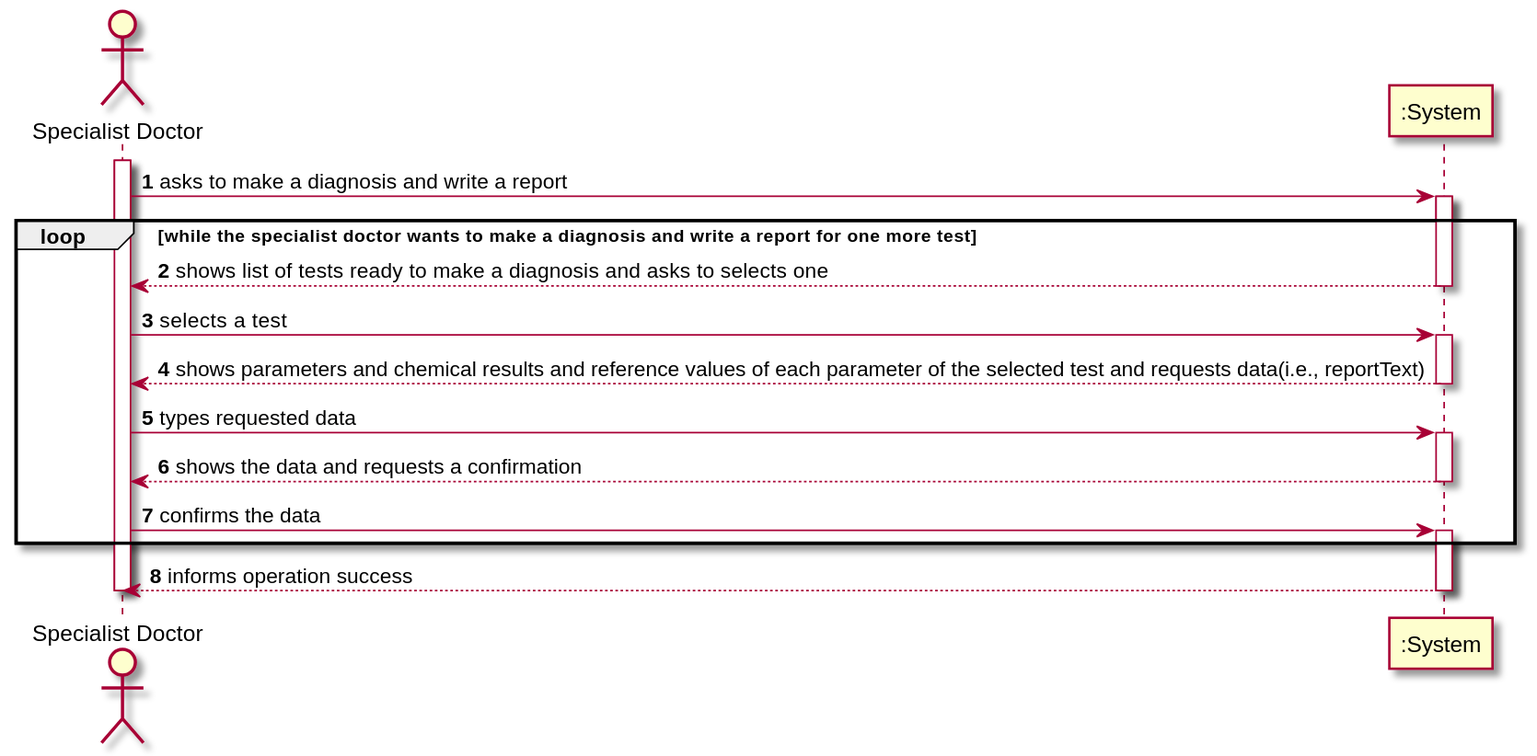
The PlantUML diagram docs/SprintC/US_14/US014_SSD.svg in ana-albergaria/LAPR2-ISEP, before a commit.
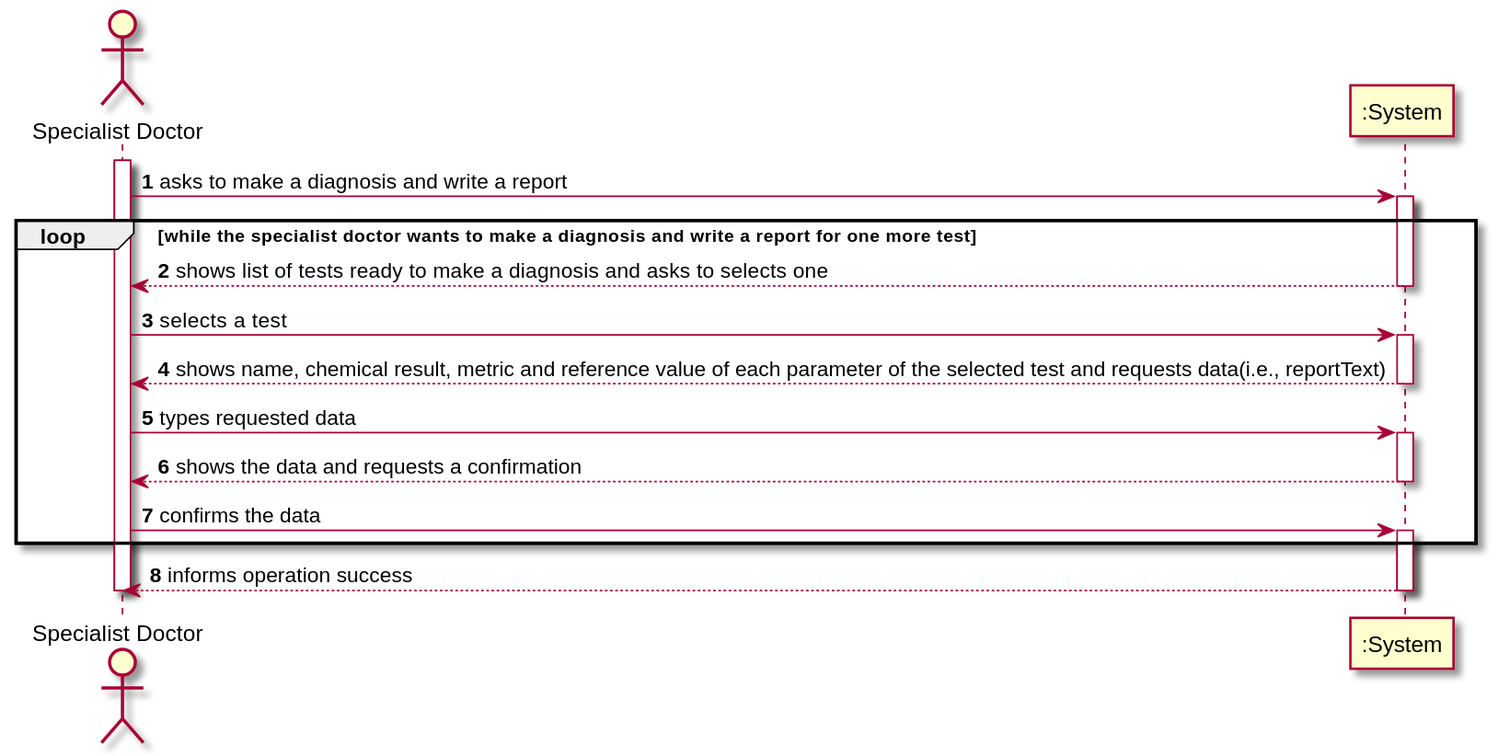
Above is the later version.

Change to the diagram source:
```diff
@@ -11,7 +11,7 @@
 
 SpDt-> ":System" : selects a test
 activate ":System"
-":System" --> SpDt : shows parameters and chemical results and reference values of each parameter of the selected test and requests data(i.e., reportText)
+":System" --> SpDt : shows name, chemical result, metric and reference value of each parameter of the selected test and requests data(i.e., reportText)
 deactivate ":System"
 
 SpDt-> ":System" : types requested data
```
